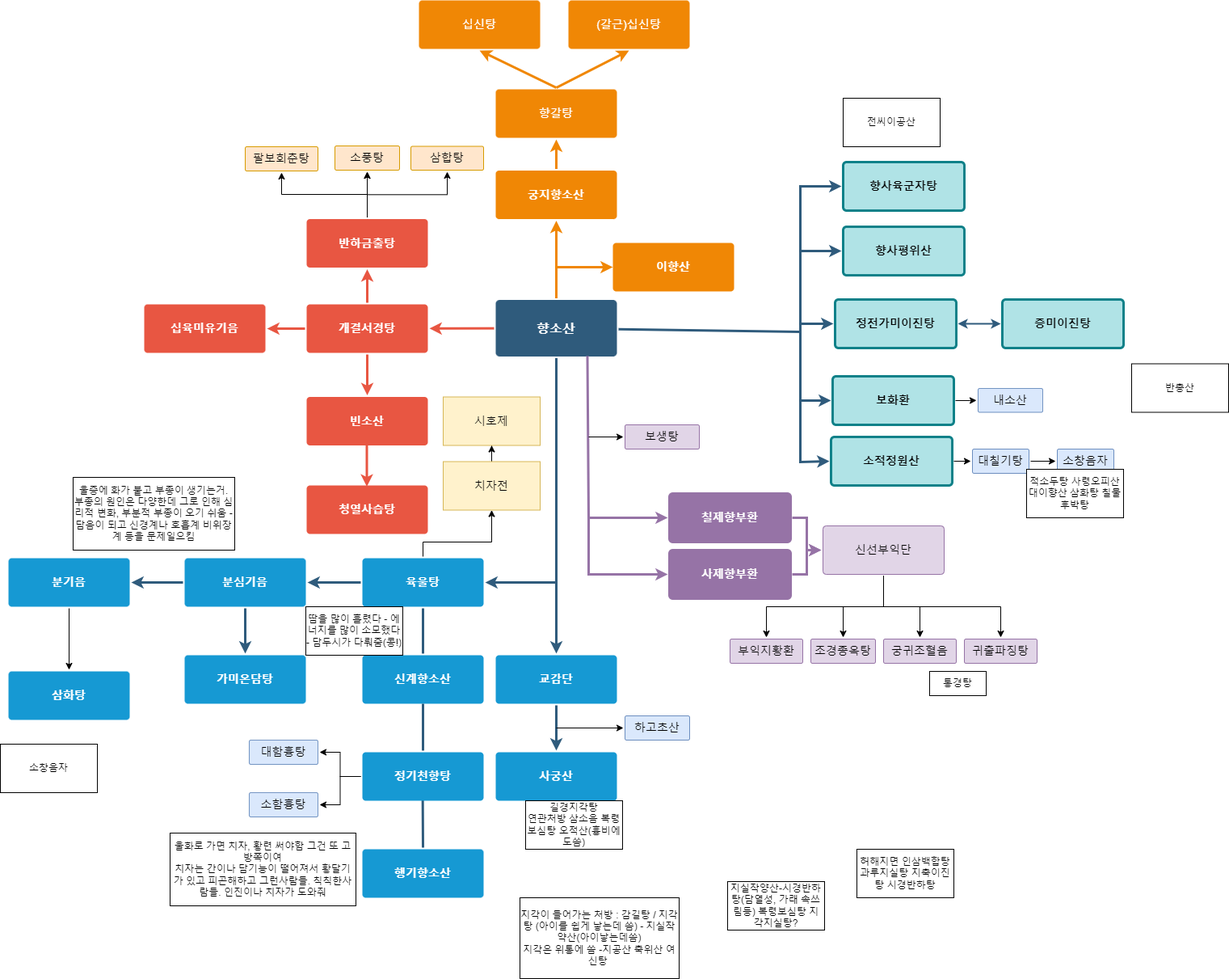
Earlier version of the draw.io export 향소산플로우차트.drawio.png (Jinzin71/sparta). Source tidied: cells renumbered, new cells last; positions are measured from the earlier drawing's top-left corner, leaving out a move shared by most shapes.
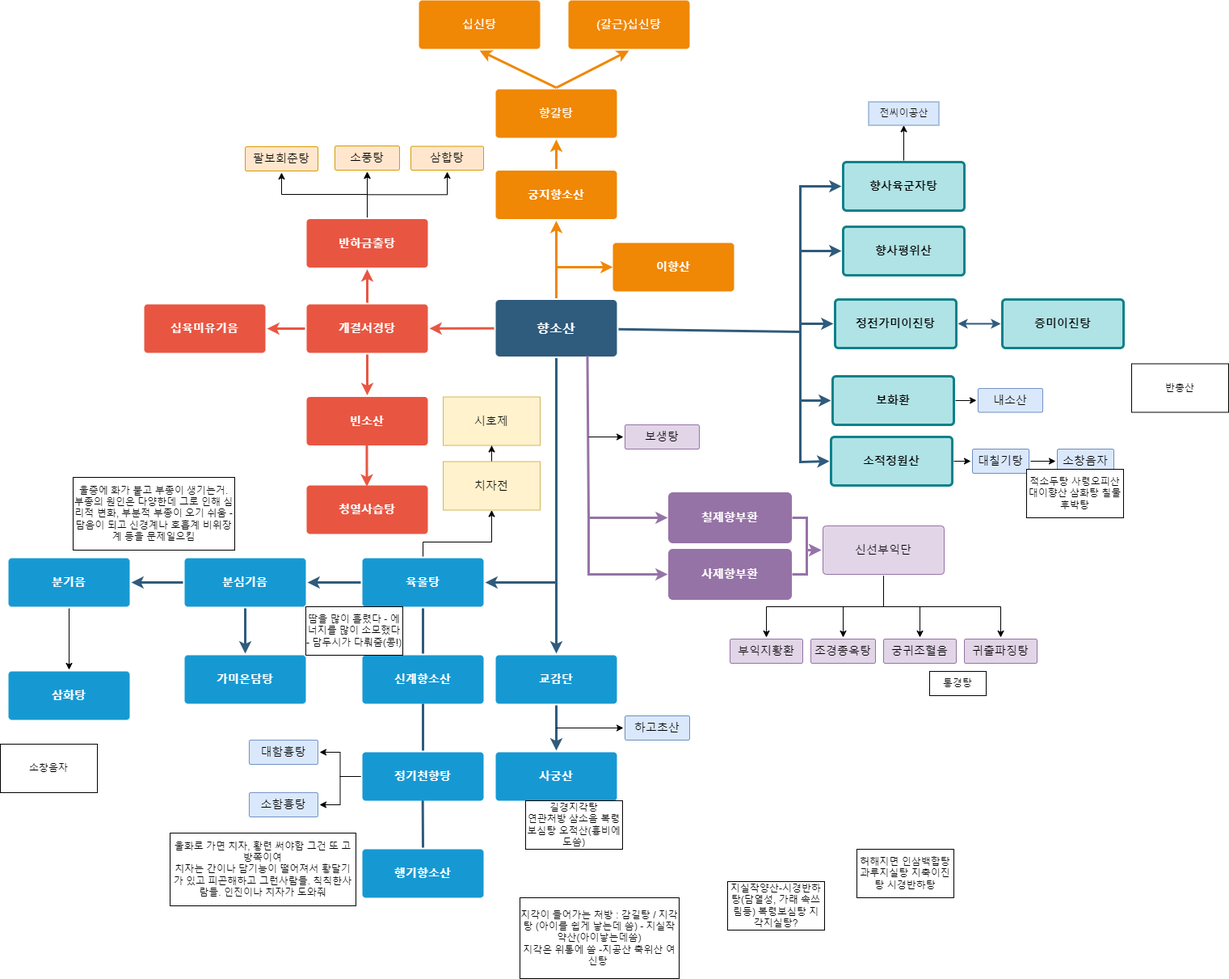
Later version of the same file.

Commit message:
향소산플로우차트.drawio.png 업데이트

Diff of the diagram source:
```diff
@@ -91,6 +91,9 @@
     <mxCell id="27" value="증미이진탕" style="rounded=1;whiteSpace=wrap;html=1;shadow=0;labelBackgroundColor=none;strokeColor=#0e8088;strokeWidth=3;fillColor=#b0e3e6;fontFamily=Helvetica;fontSize=14;align=center;spacing=5;fontStyle=1;arcSize=7;perimeterSpacing=2;" parent="1" vertex="1">
       <mxGeometry x="1240" y="370" width="150" height="60" as="geometry" />
     </mxCell>
+    <mxCell id="108" style="edgeStyle=orthogonalEdgeStyle;rounded=0;jettySize=auto;html=1;exitX=0.5;exitY=0;exitDx=0;exitDy=0;entryX=0.5;entryY=1;entryDx=0;entryDy=0;" parent="1" edge="1" source="28" target="95">
+      <mxGeometry relative="1" as="geometry" />
+    </mxCell>
     <mxCell id="28" value="향사육군자탕" style="rounded=1;whiteSpace=wrap;html=1;shadow=0;labelBackgroundColor=none;strokeColor=#0e8088;strokeWidth=3;fillColor=#b0e3e6;fontFamily=Helvetica;fontSize=14;align=center;spacing=5;fontStyle=1;arcSize=7;perimeterSpacing=2;" parent="1" vertex="1">
       <mxGeometry x="1043" y="200" width="150" height="60" as="geometry" />
     </mxCell>
@@ -375,8 +378,8 @@
     <mxCell id="94" value="소함흉탕" style="rounded=1;whiteSpace=wrap;html=1;shadow=0;labelBackgroundColor=none;strokeColor=#6c8ebf;strokeWidth=1;fillColor=#dae8fc;fontFamily=Helvetica;fontSize=14;align=center;spacing=5;fontStyle=0;arcSize=7;perimeterSpacing=2;" parent="1" vertex="1">
       <mxGeometry x="308" y="980" width="85" height="30" as="geometry" />
     </mxCell>
-    <mxCell id="95" value="전씨이공산" style="rounded=0;whiteSpace=wrap;html=1;" parent="1" vertex="1">
-      <mxGeometry x="1043" y="121" width="120" height="60" as="geometry" />
+    <mxCell id="95" value="전씨이공산" style="rounded=0;whiteSpace=wrap;html=1;fillColor=#dae8fc;strokeColor=#6c8ebf;" parent="1" vertex="1">
+      <mxGeometry x="1074.5" y="125.5" width="87" height="29" as="geometry" />
     </mxCell>
     <mxCell id="96" value="반총산" style="whiteSpace=wrap;html=1;" parent="1" vertex="1">
       <mxGeometry x="1400" y="449.5" width="120" height="60" as="geometry" />
```
